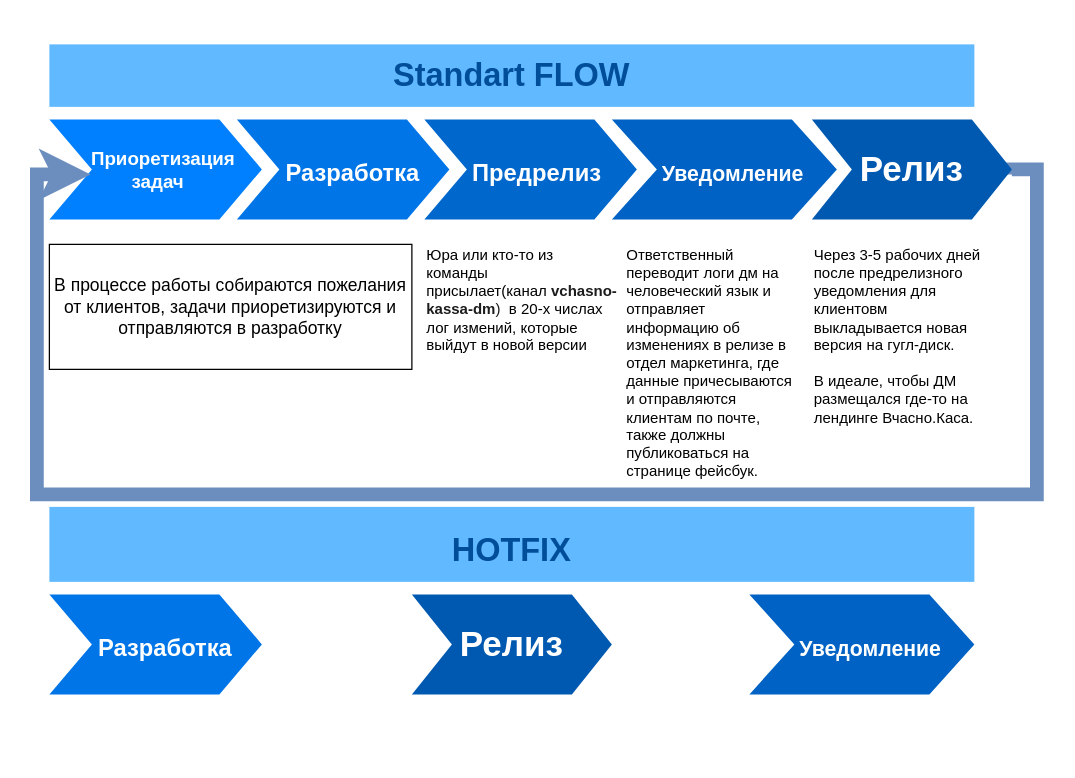
Before: Untitled Diagram.drawio in wnata/alienInvasion, a draw.io diagram. Source tidied: cells renumbered, new cells numbered last; positions are measured from the earlier drawing's top-left corner, leaving out a move shared by most shapes. Both pictures are drawn from the tidied source at 125%, with x=0, y=0 at pixel (36, 44).
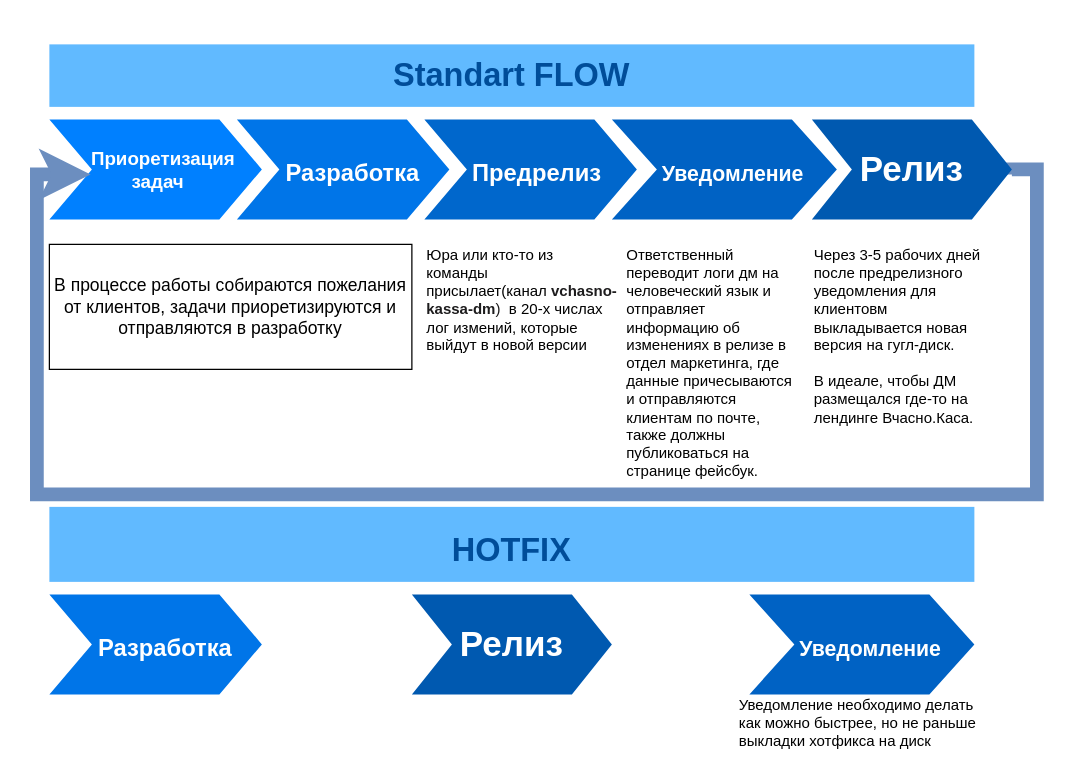
Above is the later version.

Change to the diagram source:
```diff
@@
+    <mxCell id="17" value="Уведомление необходимо делать как можно быстрее, но не раньше выкладки хотфикса на диск" style="text;spacingTop=-5;fillColor=#ffffff;whiteSpace=wrap;html=1;align=left;fontSize=12;fontFamily=Helvetica;fillColor=none;strokeColor=none;" parent="1" vertex="1">
+      <mxGeometry x="560" y="520" width="200" height="50" as="geometry" />
+    </mxCell>
```
